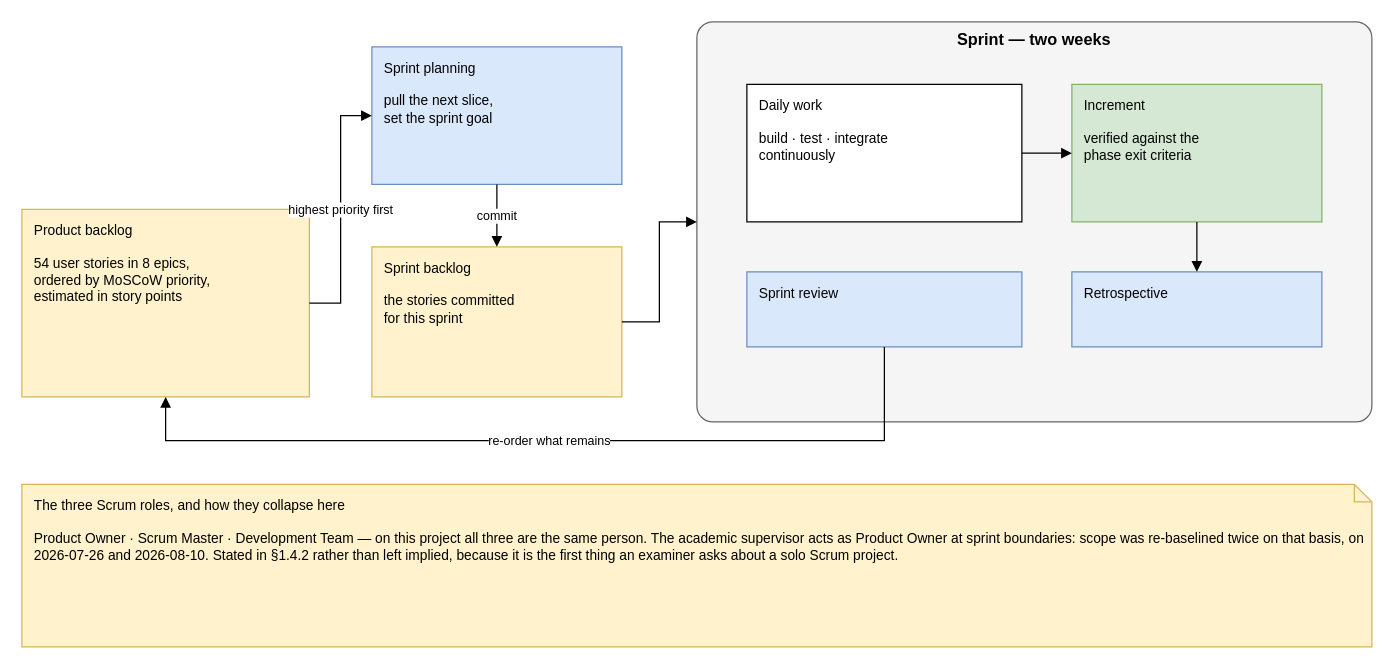
inkwell-dev/spec.inkwell.ai keeps this draw.io diagram as diagrams/fig-1-1-scrum-framework/fig-1-1-scrum-framework.drawio. Above is the earlier version. Source tidied: cells renumbered, new cells numbered last; positions are measured from the earlier drawing's top-left corner, leaving out a move shared by most shapes. Both pictures are drawn from the tidied source at 125%, with x=0, y=0 at pixel (21, 21).
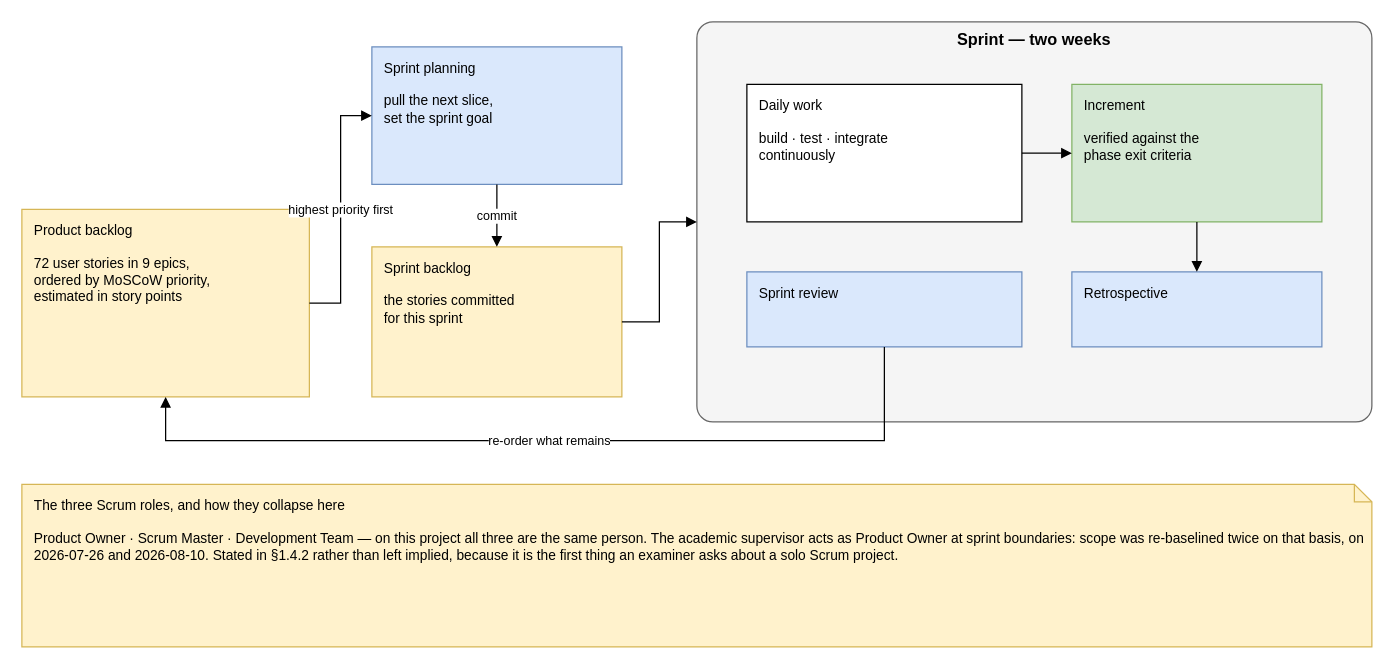
After the change.

The edit, as a diff of the source:
```diff
@@
 <mxGraphModel>
   <root>
     <mxCell id="0" />
     <mxCell id="1" parent="0" />
-    <mxCell id="2" value="Product backlog&lt;br&gt;&lt;br&gt;54 user stories in 8 epics,&lt;br&gt;ordered by MoSCoW priority,&lt;br&gt;estimated in story points" style="rounded=0;whiteSpace=wrap;html=1;verticalAlign=top;align=left;spacingLeft=8;spacingTop=4;fontSize=11;fillColor=#FFF2CC;strokeColor=#D6B656;" parent="1" vertex="1">
+    <mxCell id="2" value="Product backlog&lt;br&gt;&lt;br&gt;72 user stories in 9 epics,&lt;br&gt;ordered by MoSCoW priority,&lt;br&gt;estimated in story points" style="rounded=0;whiteSpace=wrap;html=1;verticalAlign=top;align=left;spacingLeft=8;spacingTop=4;fontSize=11;fillColor=#FFF2CC;strokeColor=#D6B656;" parent="1" vertex="1">
       <mxGeometry y="150" width="230" height="150" as="geometry" />
     </mxCell>
     <mxCell id="3" value="Sprint planning&lt;br&gt;&lt;br&gt;pull the next slice,&lt;br&gt;set the sprint goal" style="rounded=0;whiteSpace=wrap;html=1;verticalAlign=top;align=left;spacingLeft=8;spacingTop=4;fontSize=11;fillColor=#DAE8FC;strokeColor=#6C8EBF;" parent="1" vertex="1">
       <mxGeometry x="280" y="20" width="200" height="110" as="geometry" />
     </mxCell>
     <mxCell id="4" value="Sprint backlog&lt;br&gt;&lt;br&gt;the stories committed&lt;br&gt;for this sprint" style="rounded=0;whiteSpace=wrap;html=1;verticalAlign=top;align=left;spacingLeft=8;spacingTop=4;fontSize=11;fillColor=#FFF2CC;strokeColor=#D6B656;" parent="1" vertex="1">
       <mxGeometry x="280" y="180" width="200" height="120" as="geometry" />
     </mxCell>
     <mxCell id="5" value="Sprint — two weeks" style="rounded=1;whiteSpace=wrap;html=1;verticalAlign=top;fontStyle=1;fontSize=13;arcSize=4;fillColor=#F5F5F5;strokeColor=#666666;" parent="1" vertex="1">
       <mxGeometry x="540" width="540" height="320" as="geometry" />
     </mxCell>
     <mxCell id="6" value="Daily work&lt;br&gt;&lt;br&gt;build · test · integrate&lt;br&gt;continuously" style="rounded=0;whiteSpace=wrap;html=1;verticalAlign=top;align=left;spacingLeft=8;spacingTop=4;fontSize=11;fillColor=#FFFFFF;strokeColor=#000000;" parent="1" vertex="1">
       <mxGeometry x="580" y="50" width="220" height="110" as="geometry" />
     </mxCell>
     <mxCell id="7" value="Increment&lt;br&gt;&lt;br&gt;verified against the&lt;br&gt;phase exit criteria" style="rounded=0;whiteSpace=wrap;html=1;verticalAlign=top;align=left;spacingLeft=8;spacingTop=4;fontSize=11;fillColor=#D5E8D4;strokeColor=#82B366;" parent="1" vertex="1">
       <mxGeometry x="840" y="50" width="200" height="110" as="geometry" />
     </mxCell>
     <mxCell id="8" value="Sprint review" style="rounded=0;whiteSpace=wrap;html=1;verticalAlign=top;align=left;spacingLeft=8;spacingTop=4;fontSize=11;fillColor=#DAE8FC;strokeColor=#6C8EBF;" parent="1" vertex="1">
       <mxGeometry x="580" y="200" width="220" height="60" as="geometry" />
     </mxCell>
     <mxCell id="9" value="Retrospective" style="rounded=0;whiteSpace=wrap;html=1;verticalAlign=top;align=left;spacingLeft=8;spacingTop=4;fontSize=11;fillColor=#DAE8FC;strokeColor=#6C8EBF;" parent="1" vertex="1">
       <mxGeometry x="840" y="200" width="200" height="60" as="geometry" />
     </mxCell>
     <mxCell id="10" value="The three Scrum roles, and how they collapse here&lt;br&gt;&lt;br&gt;Product Owner · Scrum Master · Development Team — on this project all three are the same person. The academic supervisor acts as Product Owner at sprint boundaries: scope was re-baselined twice on that basis, on 2026-07-26 and 2026-08-10. Stated in §1.4.2 rather than left implied, because it is the first thing an examiner asks about a solo Scrum project." style="shape=note;whiteSpace=wrap;html=1;size=14;fontSize=11;align=left;verticalAlign=top;spacingLeft=8;spacingTop=4;fillColor=#FFF2CC;strokeColor=#D6B656;" parent="1" vertex="1">
       <mxGeometry y="370" width="1080" height="130" as="geometry" />
     </mxCell>
     <mxCell id="11" value="highest priority first" style="edgeStyle=orthogonalEdgeStyle;rounded=0;html=1;endArrow=block;endFill=1;fontSize=10;labelBackgroundColor=#FFFFFF;exitX=1;exitY=0.5;exitDx=0;exitDy=0;entryX=0;entryY=0.5;entryDx=0;entryDy=0;" parent="1" edge="1" source="2" target="3">
       <mxGeometry relative="1" as="geometry" />
     </mxCell>
     <mxCell id="12" value="commit" style="edgeStyle=orthogonalEdgeStyle;rounded=0;html=1;endArrow=block;endFill=1;fontSize=10;labelBackgroundColor=#FFFFFF;exitX=0.5;exitY=1;exitDx=0;exitDy=0;entryX=0.5;entryY=0;entryDx=0;entryDy=0;" parent="1" edge="1" source="3" target="4">
       <mxGeometry relative="1" as="geometry" />
     </mxCell>
     <mxCell id="13" style="edgeStyle=orthogonalEdgeStyle;rounded=0;html=1;endArrow=block;endFill=1;fontSize=10;labelBackgroundColor=#FFFFFF;exitX=1;exitY=0.5;exitDx=0;exitDy=0;entryX=0;entryY=0.5;entryDx=0;entryDy=0;" parent="1" edge="1" source="4" target="5">
       <mxGeometry relative="1" as="geometry" />
     </mxCell>
     <mxCell id="14" style="edgeStyle=orthogonalEdgeStyle;rounded=0;html=1;endArrow=block;endFill=1;fontSize=10;labelBackgroundColor=#FFFFFF;exitX=1;exitY=0.5;exitDx=0;exitDy=0;entryX=0;entryY=0.5;entryDx=0;entryDy=0;" parent="1" edge="1" source="6" target="7">
       <mxGeometry relative="1" as="geometry" />
     </mxCell>
     <mxCell id="15" style="edgeStyle=orthogonalEdgeStyle;rounded=0;html=1;endArrow=block;endFill=1;fontSize=10;labelBackgroundColor=#FFFFFF;exitX=0.5;exitY=1;exitDx=0;exitDy=0;entryX=0.5;entryY=0;entryDx=0;entryDy=0;" parent="1" edge="1" source="7" target="9">
       <mxGeometry relative="1" as="geometry" />
     </mxCell>
     <mxCell id="16" value="re-order what remains" style="edgeStyle=orthogonalEdgeStyle;rounded=0;html=1;endArrow=block;endFill=1;fontSize=10;labelBackgroundColor=#FFFFFF;exitX=0.5;exitY=1;exitDx=0;exitDy=0;entryX=0.5;entryY=1;entryDx=0;entryDy=0;" parent="1" edge="1" source="8" target="2">
       <mxGeometry relative="1" as="geometry">
         <Array as="points">
           <mxPoint x="690" y="335" />
           <mxPoint x="115" y="335" />
         </Array>
       </mxGeometry>
     </mxCell>
   </root>
 </mxGraphModel>
```
